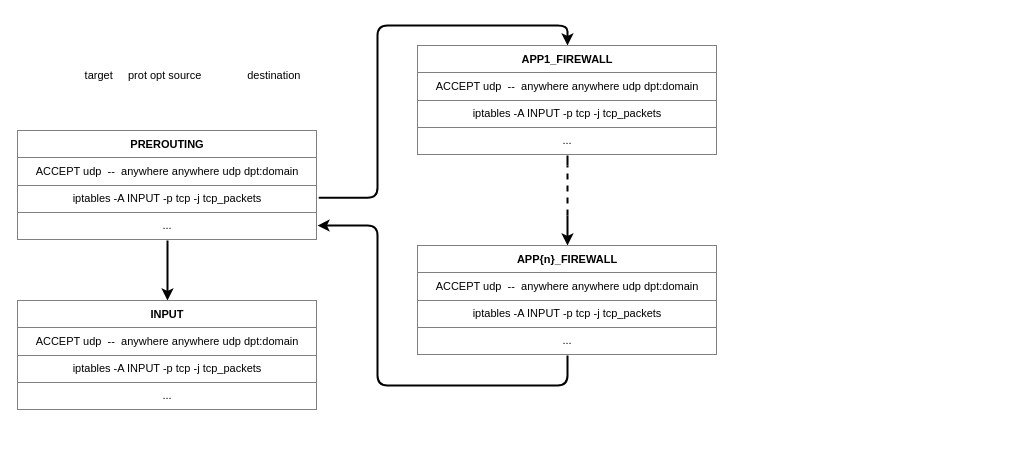
Before: page "Page-3" (3 of 3) of images/openvpn_tun_interface.drawio in ilsergente1993/MasterThesis, a draw.io diagram. Source tidied: cells renumbered, new cells numbered last; positions are measured from the earlier drawing's top-left corner, leaving out a move shared by most shapes. Both pictures are drawn from the tidied source at 100%, with x=0, y=0 at pixel (17, 25).
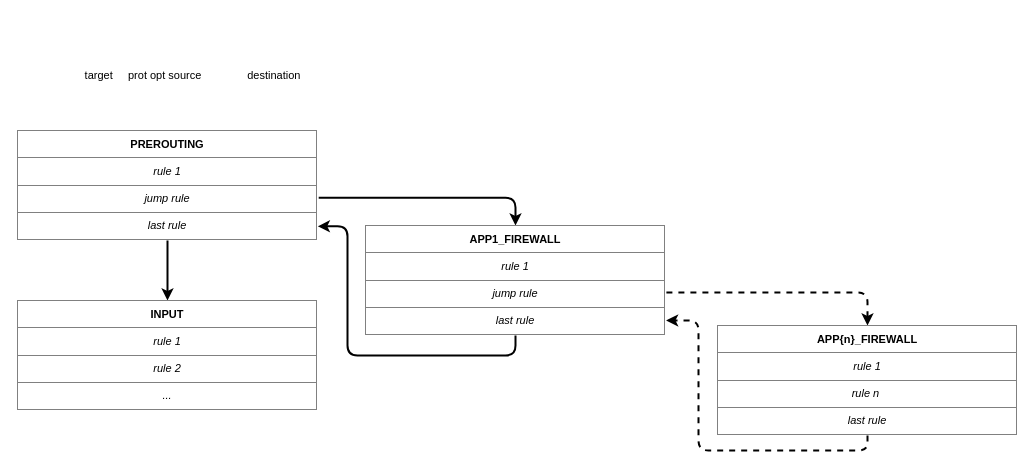
Above is the later version.

Diff of the diagram source:
```diff
@@
     <mxCell id="2" style="edgeStyle=orthogonalEdgeStyle;rounded=1;jettySize=auto;html=1;entryX=0.5;entryY=0;entryDx=0;entryDy=0;strokeWidth=2;fontSize=11;exitX=1.004;exitY=0.612;exitDx=0;exitDy=0;exitPerimeter=0;" parent="1" edge="1" source="4" target="7">
       <mxGeometry relative="1" as="geometry">
         <Array as="points">
-          <mxPoint x="360" y="172" />
-          <mxPoint x="360" />
-          <mxPoint x="550" />
+          <mxPoint x="498" y="172" />
         </Array>
       </mxGeometry>
     </mxCell>
@@
-    <mxCell id="4" value="&lt;table border=&quot;1&quot; width=&quot;100%&quot; cellpadding=&quot;4&quot; style=&quot;width: 100% ; height: 100% ; border-collapse: collapse&quot;&gt;&lt;tbody&gt;&lt;tr&gt;&lt;th&gt;&lt;b&gt;PREROUTING&lt;/b&gt;&lt;/th&gt;&lt;/tr&gt;&lt;tr&gt;&lt;td&gt;ACCEPT udp&amp;nbsp; --&amp;nbsp; anywhere anywhere udp dpt:domain&lt;/td&gt;&lt;/tr&gt;&lt;tr&gt;&lt;td&gt;iptables -A INPUT -p tcp -j tcp_packets&lt;br&gt;&lt;/td&gt;&lt;/tr&gt;&lt;tr&gt;&lt;td&gt;...&lt;/td&gt;&lt;/tr&gt;&lt;/tbody&gt;&lt;/table&gt;" style="text;html=1;strokeColor=none;fillColor=none;overflow=fill;fontSize=11;align=center;" parent="1" vertex="1">
+    <mxCell id="4" value="&lt;table border=&quot;1&quot; width=&quot;100%&quot; cellpadding=&quot;4&quot; style=&quot;width: 100% ; height: 100% ; border-collapse: collapse&quot;&gt;&lt;tbody&gt;&lt;tr&gt;&lt;th&gt;&lt;b&gt;PREROUTING&lt;/b&gt;&lt;/th&gt;&lt;/tr&gt;&lt;tr&gt;&lt;td&gt;&lt;i&gt;rule 1&lt;/i&gt;&lt;/td&gt;&lt;/tr&gt;&lt;tr&gt;&lt;td&gt;&lt;i&gt;jump rule&lt;br&gt;&lt;/i&gt;&lt;/td&gt;&lt;/tr&gt;&lt;tr&gt;&lt;td&gt;&lt;i&gt;last rule&lt;/i&gt;&lt;/td&gt;&lt;/tr&gt;&lt;/tbody&gt;&lt;/table&gt;" style="text;html=1;strokeColor=none;fillColor=none;overflow=fill;fontSize=11;align=center;" parent="1" vertex="1">
       <mxGeometry y="105" width="300" height="110" as="geometry" />
     </mxCell>
@@
-    <mxCell id="6" style="edgeStyle=orthogonalEdgeStyle;rounded=1;jettySize=auto;html=1;entryX=0.5;entryY=0;entryDx=0;entryDy=0;strokeWidth=2;fontSize=11;" parent="1" edge="1" target="9">
-      <mxGeometry relative="1" as="geometry">
-        <mxPoint x="550" y="190" as="sourcePoint" />
-        <Array as="points">
-          <mxPoint x="550" y="210" />
-          <mxPoint x="550" y="210" />
-        </Array>
-      </mxGeometry>
+    <mxCell id="6" style="edgeStyle=orthogonalEdgeStyle;rounded=1;jettySize=auto;html=1;entryX=0.5;entryY=0;entryDx=0;entryDy=0;strokeWidth=2;fontSize=11;dashed=1;exitX=1.003;exitY=0.609;exitDx=0;exitDy=0;exitPerimeter=0;" parent="1" edge="1" source="7" target="9">
+      <mxGeometry relative="1" as="geometry" />
     </mxCell>
+    <mxCell id="13" style="edgeStyle=orthogonalEdgeStyle;rounded=1;jettySize=auto;html=1;entryX=1.001;entryY=0.871;entryDx=0;entryDy=0;entryPerimeter=0;strokeWidth=2;exitX=0.5;exitY=1;exitDx=0;exitDy=0;" parent="1" edge="1" source="7" target="4">
+      <mxGeometry relative="1" as="geometry">
+        <Array as="points">
+          <mxPoint x="498" y="330" />
+          <mxPoint x="330" y="330" />
+          <mxPoint x="330" y="200" />
+        </Array>
+      </mxGeometry>
+    </mxCell>
-    <mxCell id="7" value="&lt;table border=&quot;1&quot; width=&quot;100%&quot; cellpadding=&quot;4&quot; style=&quot;width: 100% ; height: 100% ; border-collapse: collapse&quot;&gt;&lt;tbody&gt;&lt;tr&gt;&lt;th&gt;&lt;b&gt;APP1_FIREWALL&lt;/b&gt;&lt;/th&gt;&lt;/tr&gt;&lt;tr&gt;&lt;td&gt;ACCEPT udp&amp;nbsp; --&amp;nbsp; anywhere anywhere udp dpt:domain&lt;/td&gt;&lt;/tr&gt;&lt;tr&gt;&lt;td&gt;iptables -A INPUT -p tcp -j tcp_packets&lt;br&gt;&lt;/td&gt;&lt;/tr&gt;&lt;tr&gt;&lt;td&gt;...&lt;/td&gt;&lt;/tr&gt;&lt;/tbody&gt;&lt;/table&gt;" style="text;html=1;strokeColor=none;fillColor=none;overflow=fill;fontSize=11;align=center;" parent="1" vertex="1">
-      <mxGeometry x="400" y="20" width="300" height="110" as="geometry" />
+    <mxCell id="7" value="&lt;table border=&quot;1&quot; width=&quot;100%&quot; cellpadding=&quot;4&quot; style=&quot;width: 100% ; height: 100% ; border-collapse: collapse&quot;&gt;&lt;tbody&gt;&lt;tr&gt;&lt;th&gt;&lt;b&gt;APP1_FIREWALL&lt;/b&gt;&lt;/th&gt;&lt;/tr&gt;&lt;tr&gt;&lt;td&gt;&lt;i&gt;rule 1&lt;/i&gt;&lt;/td&gt;&lt;/tr&gt;&lt;tr&gt;&lt;td&gt;&lt;i&gt;jump rule&lt;/i&gt;&lt;/td&gt;&lt;/tr&gt;&lt;tr&gt;&lt;td&gt;&lt;i&gt;last rule&lt;/i&gt;&lt;/td&gt;&lt;/tr&gt;&lt;/tbody&gt;&lt;/table&gt;" style="text;html=1;strokeColor=none;fillColor=none;overflow=fill;fontSize=11;align=center;" parent="1" vertex="1">
+      <mxGeometry x="348" y="200" width="300" height="110" as="geometry" />
     </mxCell>
-    <mxCell id="8" style="edgeStyle=orthogonalEdgeStyle;rounded=1;jettySize=auto;html=1;entryX=1;entryY=0.864;entryDx=0;entryDy=0;strokeWidth=2;fontSize=11;exitX=0.5;exitY=1;exitDx=0;exitDy=0;entryPerimeter=0;" parent="1" edge="1" source="9" target="4">
+    <mxCell id="8" style="edgeStyle=orthogonalEdgeStyle;rounded=1;jettySize=auto;html=1;strokeWidth=2;fontSize=11;exitX=0.5;exitY=1;exitDx=0;exitDy=0;entryX=1.002;entryY=0.863;entryDx=0;entryDy=0;entryPerimeter=0;dashed=1;" parent="1" edge="1" source="9" target="7">
       <mxGeometry relative="1" as="geometry">
         <Array as="points">
-          <mxPoint x="550" y="360" />
-          <mxPoint x="360" y="360" />
-          <mxPoint x="360" y="200" />
+          <mxPoint x="850" y="425" />
+          <mxPoint x="681" y="425" />
+          <mxPoint x="681" y="294" />
         </Array>
       </mxGeometry>
     </mxCell>
-    <mxCell id="9" value="&lt;table border=&quot;1&quot; width=&quot;100%&quot; cellpadding=&quot;4&quot; style=&quot;width: 100% ; height: 100% ; border-collapse: collapse&quot;&gt;&lt;tbody&gt;&lt;tr&gt;&lt;th&gt;&lt;b&gt;APP{n}_FIREWALL&lt;/b&gt;&lt;/th&gt;&lt;/tr&gt;&lt;tr&gt;&lt;td&gt;ACCEPT udp&amp;nbsp; --&amp;nbsp; anywhere anywhere udp dpt:domain&lt;/td&gt;&lt;/tr&gt;&lt;tr&gt;&lt;td&gt;iptables -A INPUT -p tcp -j tcp_packets&lt;br&gt;&lt;/td&gt;&lt;/tr&gt;&lt;tr&gt;&lt;td&gt;...&lt;/td&gt;&lt;/tr&gt;&lt;/tbody&gt;&lt;/table&gt;" style="text;html=1;strokeColor=none;fillColor=none;overflow=fill;fontSize=11;align=center;" parent="1" vertex="1">
-      <mxGeometry x="400" y="220" width="300" height="110" as="geometry" />
+    <mxCell id="9" value="&lt;table border=&quot;1&quot; width=&quot;100%&quot; cellpadding=&quot;4&quot; style=&quot;width: 100% ; height: 100% ; border-collapse: collapse&quot;&gt;&lt;tbody&gt;&lt;tr&gt;&lt;th&gt;&lt;b&gt;APP{n}_FIREWALL&lt;/b&gt;&lt;/th&gt;&lt;/tr&gt;&lt;tr&gt;&lt;td&gt;&lt;i&gt;rule 1&lt;/i&gt;&lt;/td&gt;&lt;/tr&gt;&lt;tr&gt;&lt;td&gt;&lt;i&gt;rule n&amp;nbsp;&lt;/i&gt;&lt;/td&gt;&lt;/tr&gt;&lt;tr&gt;&lt;td&gt;&lt;i&gt;last rule&lt;/i&gt;&lt;/td&gt;&lt;/tr&gt;&lt;/tbody&gt;&lt;/table&gt;" style="text;html=1;strokeColor=none;fillColor=none;overflow=fill;fontSize=11;align=center;" parent="1" vertex="1">
+      <mxGeometry x="700" y="300" width="300" height="110" as="geometry" />
     </mxCell>
-    <mxCell id="10" value="&lt;table border=&quot;1&quot; width=&quot;100%&quot; cellpadding=&quot;4&quot; style=&quot;width: 100% ; height: 100% ; border-collapse: collapse&quot;&gt;&lt;tbody&gt;&lt;tr&gt;&lt;th&gt;&lt;b&gt;INPUT&lt;/b&gt;&lt;/th&gt;&lt;/tr&gt;&lt;tr&gt;&lt;td&gt;ACCEPT udp&amp;nbsp; --&amp;nbsp; anywhere anywhere udp dpt:domain&lt;/td&gt;&lt;/tr&gt;&lt;tr&gt;&lt;td&gt;iptables -A INPUT -p tcp -j tcp_packets&lt;br&gt;&lt;/td&gt;&lt;/tr&gt;&lt;tr&gt;&lt;td&gt;...&lt;/td&gt;&lt;/tr&gt;&lt;/tbody&gt;&lt;/table&gt;" style="text;html=1;strokeColor=none;fillColor=none;overflow=fill;fontSize=11;align=center;" parent="1" vertex="1">
+    <mxCell id="10" value="&lt;table border=&quot;1&quot; width=&quot;100%&quot; cellpadding=&quot;4&quot; style=&quot;width: 100% ; height: 100% ; border-collapse: collapse&quot;&gt;&lt;tbody&gt;&lt;tr&gt;&lt;th&gt;&lt;b&gt;INPUT&lt;/b&gt;&lt;/th&gt;&lt;/tr&gt;&lt;tr&gt;&lt;td&gt;&lt;i&gt;rule 1&lt;/i&gt;&lt;/td&gt;&lt;/tr&gt;&lt;tr&gt;&lt;td&gt;&lt;i&gt;rule 2&lt;/i&gt;&lt;/td&gt;&lt;/tr&gt;&lt;tr&gt;&lt;td&gt;&lt;i&gt;...&lt;/i&gt;&lt;/td&gt;&lt;/tr&gt;&lt;/tbody&gt;&lt;/table&gt;" style="text;html=1;strokeColor=none;fillColor=none;overflow=fill;fontSize=11;align=center;" parent="1" vertex="1">
       <mxGeometry y="275" width="300" height="110" as="geometry" />
     </mxCell>
-    <mxCell id="11" style="endArrow=none;dashed=1;html=1;strokeWidth=2;fontSize=11;" parent="1" edge="1">
-      <mxGeometry relative="1" as="geometry">
-        <mxPoint x="550" y="190" as="sourcePoint" />
-        <mxPoint x="550" y="140" as="targetPoint" />
-        <Array as="points">
-          <mxPoint x="550" y="170" />
-        </Array>
-      </mxGeometry>
-    </mxCell>
-    <mxCell id="12" style="endArrow=none;html=1;strokeWidth=2;fontSize=11;exitX=0.5;exitY=1;exitDx=0;exitDy=0;" parent="1" edge="1" source="7">
-      <mxGeometry relative="1" as="geometry">
-        <mxPoint x="550" y="140" as="targetPoint" />
-      </mxGeometry>
-    </mxCell>
```
